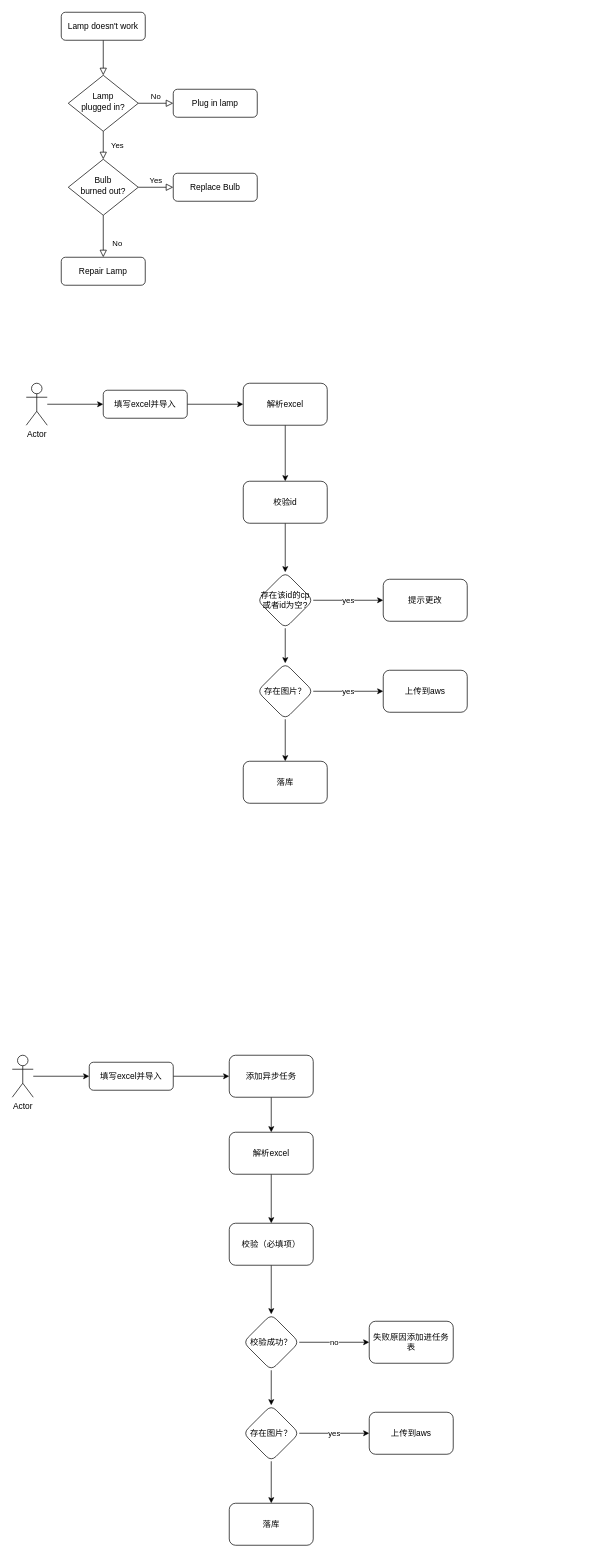
Before: 流程图/cp导入.drawio in zqhait/drawio, a draw.io diagram. Source tidied: cells renumbered, new cells numbered last; positions are measured from the earlier drawing's top-left corner, leaving out a move shared by most shapes. Both pictures are drawn from the tidied source at 70%, with x=0, y=0 at pixel (12, 12).
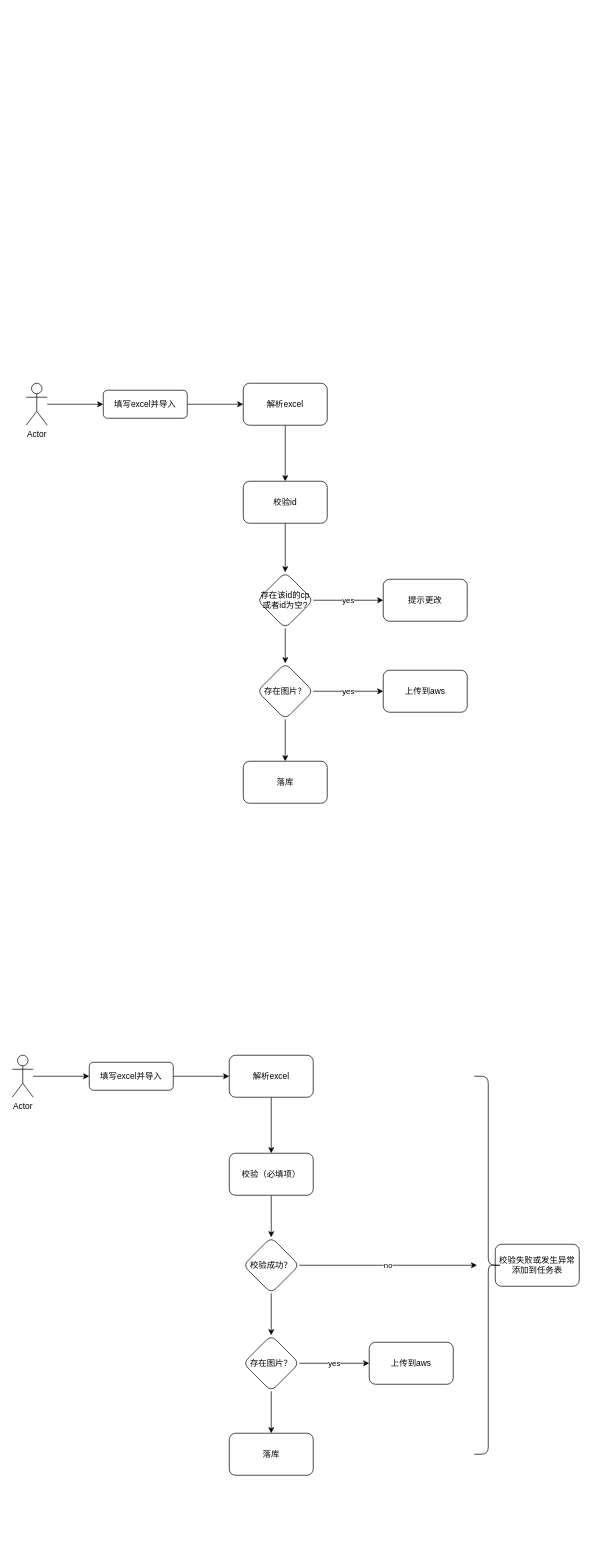
After the change.

Unchanged cells that the change refers to:
```xml
<mxCell id="33" value="填写excel并导入" style="rounded=1;whiteSpace=wrap;html=1;fontSize=12;glass=0;strokeWidth=1;shadow=0;" parent="1" vertex="1">
  <mxGeometry x="110" y="1500" width="120" height="40" as="geometry" />
</mxCell>
```

The edit, as a diff of the source:
```diff
@@
-    <mxCell id="2" style="rounded=0;html=1;jettySize=auto;fontSize=11;endArrow=block;endFill=0;endSize=8;strokeWidth=1;shadow=0;labelBackgroundColor=none;edgeStyle=orthogonalEdgeStyle;" parent="1" edge="1" source="3" target="6">
-      <mxGeometry relative="1" as="geometry" />
-    </mxCell>
-    <mxCell id="3" value="Lamp doesn't work" style="rounded=1;whiteSpace=wrap;html=1;fontSize=12;glass=0;strokeWidth=1;shadow=0;" parent="1" vertex="1">
-      <mxGeometry x="70" width="120" height="40" as="geometry" />
-    </mxCell>
-    <mxCell id="4" value="Yes" style="rounded=0;html=1;jettySize=auto;fontSize=11;endArrow=block;endFill=0;endSize=8;strokeWidth=1;shadow=0;labelBackgroundColor=none;edgeStyle=orthogonalEdgeStyle;" parent="1" edge="1" source="6" target="10">
-      <mxGeometry y="20" relative="1" as="geometry" />
-    </mxCell>
-    <mxCell id="5" value="No" style="edgeStyle=orthogonalEdgeStyle;rounded=0;html=1;jettySize=auto;fontSize=11;endArrow=block;endFill=0;endSize=8;strokeWidth=1;shadow=0;labelBackgroundColor=none;" parent="1" edge="1" source="6" target="7">
-      <mxGeometry y="10" relative="1" as="geometry" />
-    </mxCell>
-    <mxCell id="6" value="Lamp&lt;br&gt;plugged in?" style="rhombus;whiteSpace=wrap;html=1;shadow=0;fontFamily=Helvetica;fontSize=12;align=center;strokeWidth=1;spacing=6;spacingTop=-4;" parent="1" vertex="1">
-      <mxGeometry x="80" y="90" width="100" height="80" as="geometry" />
-    </mxCell>
-    <mxCell id="7" value="Plug in lamp" style="rounded=1;whiteSpace=wrap;html=1;fontSize=12;glass=0;strokeWidth=1;shadow=0;" parent="1" vertex="1">
-      <mxGeometry x="230" y="110" width="120" height="40" as="geometry" />
-    </mxCell>
-    <mxCell id="8" value="No" style="rounded=0;html=1;jettySize=auto;fontSize=11;endArrow=block;endFill=0;endSize=8;strokeWidth=1;shadow=0;labelBackgroundColor=none;edgeStyle=orthogonalEdgeStyle;" parent="1" edge="1" source="10" target="11">
-      <mxGeometry x="0.33" y="20" relative="1" as="geometry" />
-    </mxCell>
-    <mxCell id="9" value="Yes" style="edgeStyle=orthogonalEdgeStyle;rounded=0;html=1;jettySize=auto;fontSize=11;endArrow=block;endFill=0;endSize=8;strokeWidth=1;shadow=0;labelBackgroundColor=none;" parent="1" edge="1" source="10" target="12">
-      <mxGeometry y="10" relative="1" as="geometry" />
-    </mxCell>
-    <mxCell id="10" value="Bulb&lt;br&gt;burned out?" style="rhombus;whiteSpace=wrap;html=1;shadow=0;fontFamily=Helvetica;fontSize=12;align=center;strokeWidth=1;spacing=6;spacingTop=-4;" parent="1" vertex="1">
-      <mxGeometry x="80" y="210" width="100" height="80" as="geometry" />
-    </mxCell>
-    <mxCell id="11" value="Repair Lamp" style="rounded=1;whiteSpace=wrap;html=1;fontSize=12;glass=0;strokeWidth=1;shadow=0;" parent="1" vertex="1">
-      <mxGeometry x="70" y="350" width="120" height="40" as="geometry" />
-    </mxCell>
-    <mxCell id="12" value="Replace Bulb" style="rounded=1;whiteSpace=wrap;html=1;fontSize=12;glass=0;strokeWidth=1;shadow=0;" parent="1" vertex="1">
-      <mxGeometry x="230" y="230" width="120" height="40" as="geometry" />
-    </mxCell>
@@
-    <mxCell id="32" style="edgeStyle=orthogonalEdgeStyle;rounded=0;jettySize=auto;html=1;" parent="1" edge="1" source="33" target="35">
-      <mxGeometry relative="1" as="geometry" />
-    </mxCell>
+    <mxCell id="49" style="edgeStyle=orthogonalEdgeStyle;rounded=0;jettySize=auto;html=1;" parent="1" edge="1" source="33" target="48">
+      <mxGeometry relative="1" as="geometry" />
+    </mxCell>
@@
-    <mxCell id="34" style="edgeStyle=orthogonalEdgeStyle;rounded=0;jettySize=auto;html=1;" parent="1" edge="1" source="35" target="48">
-      <mxGeometry relative="1" as="geometry" />
-    </mxCell>
-    <mxCell id="35" value="添加异步任务" style="whiteSpace=wrap;html=1;rounded=1;glass=0;strokeWidth=1;shadow=0;" parent="1" vertex="1">
-      <mxGeometry x="310" y="1490" width="120" height="60" as="geometry" />
-    </mxCell>
@@
     <mxCell id="37" value="校验（必填项）" style="whiteSpace=wrap;html=1;rounded=1;glass=0;strokeWidth=1;shadow=0;" parent="1" vertex="1">
-      <mxGeometry x="310" y="1730" width="120" height="60" as="geometry" />
+      <mxGeometry x="310" y="1630" width="120" height="60" as="geometry" />
     </mxCell>
@@
-    <mxCell id="39" value="no" style="edgeStyle=orthogonalEdgeStyle;rounded=0;jettySize=auto;html=1;" parent="1" edge="1" source="40" target="41">
+    <mxCell id="39" value="no" style="edgeStyle=orthogonalEdgeStyle;rounded=0;jettySize=auto;html=1;entryX=0.9;entryY=0.5;entryDx=0;entryDy=0;entryPerimeter=0;" parent="1" edge="1" source="40" target="50">
       <mxGeometry relative="1" as="geometry" />
     </mxCell>
     <mxCell id="40" value="校验成功？" style="rhombus;whiteSpace=wrap;html=1;rounded=1;glass=0;strokeWidth=1;shadow=0;" parent="1" vertex="1">
-      <mxGeometry x="330" y="1860" width="80" height="80" as="geometry" />
+      <mxGeometry x="330" y="1750" width="80" height="80" as="geometry" />
     </mxCell>
-    <mxCell id="41" value="失败原因添加进任务表" style="whiteSpace=wrap;html=1;rounded=1;glass=0;strokeWidth=1;shadow=0;" parent="1" vertex="1">
-      <mxGeometry x="510" y="1870" width="120" height="60" as="geometry" />
+    <mxCell id="41" value="校验失败或发生异常添加到任务表" style="whiteSpace=wrap;html=1;rounded=1;glass=0;strokeWidth=1;shadow=0;" parent="1" vertex="1">
+      <mxGeometry x="690" y="1760" width="120" height="60" as="geometry" />
     </mxCell>
@@
     <mxCell id="44" value="存在图片？" style="rhombus;whiteSpace=wrap;html=1;rounded=1;glass=0;strokeWidth=1;shadow=0;" parent="1" vertex="1">
-      <mxGeometry x="330" y="1990" width="80" height="80" as="geometry" />
+      <mxGeometry x="330" y="1890" width="80" height="80" as="geometry" />
     </mxCell>
     <mxCell id="45" value="上传到aws" style="whiteSpace=wrap;html=1;rounded=1;glass=0;strokeWidth=1;shadow=0;" parent="1" vertex="1">
-      <mxGeometry x="510" y="2000" width="120" height="60" as="geometry" />
+      <mxGeometry x="510" y="1900" width="120" height="60" as="geometry" />
     </mxCell>
     <mxCell id="46" value="落库" style="whiteSpace=wrap;html=1;rounded=1;glass=0;strokeWidth=1;shadow=0;" parent="1" vertex="1">
-      <mxGeometry x="310" y="2130" width="120" height="60" as="geometry" />
+      <mxGeometry x="310" y="2030" width="120" height="60" as="geometry" />
     </mxCell>
@@
     <mxCell id="48" value="解析excel" style="whiteSpace=wrap;html=1;rounded=1;glass=0;strokeWidth=1;shadow=0;" parent="1" vertex="1">
-      <mxGeometry x="310" y="1600" width="120" height="60" as="geometry" />
+      <mxGeometry x="310" y="1490" width="120" height="60" as="geometry" />
     </mxCell>
+    <mxCell id="50" style="shape=curlyBracket;whiteSpace=wrap;html=1;rounded=1;flipH=1;" parent="1" vertex="1">
+      <mxGeometry x="660" y="1520" width="40" height="540" as="geometry" />
+    </mxCell>
```
